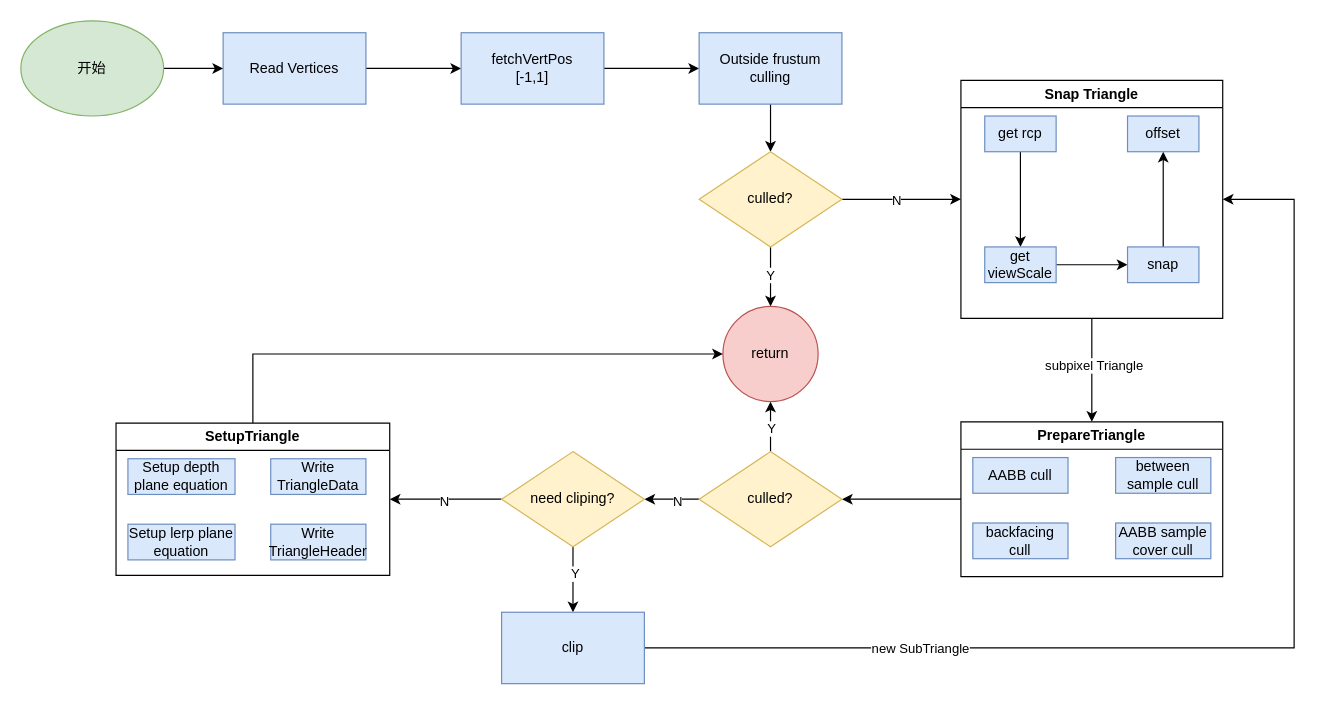
The draw.io diagram TriangleSetup.drawio in spaceboy202105/img, before the edit. Source tidied: cells renumbered, new cells numbered last; positions are measured from the earlier drawing's top-left corner, leaving out a move shared by most shapes. Both pictures are drawn from the tidied source at 119%, with x=0, y=0 at pixel (20, 20).
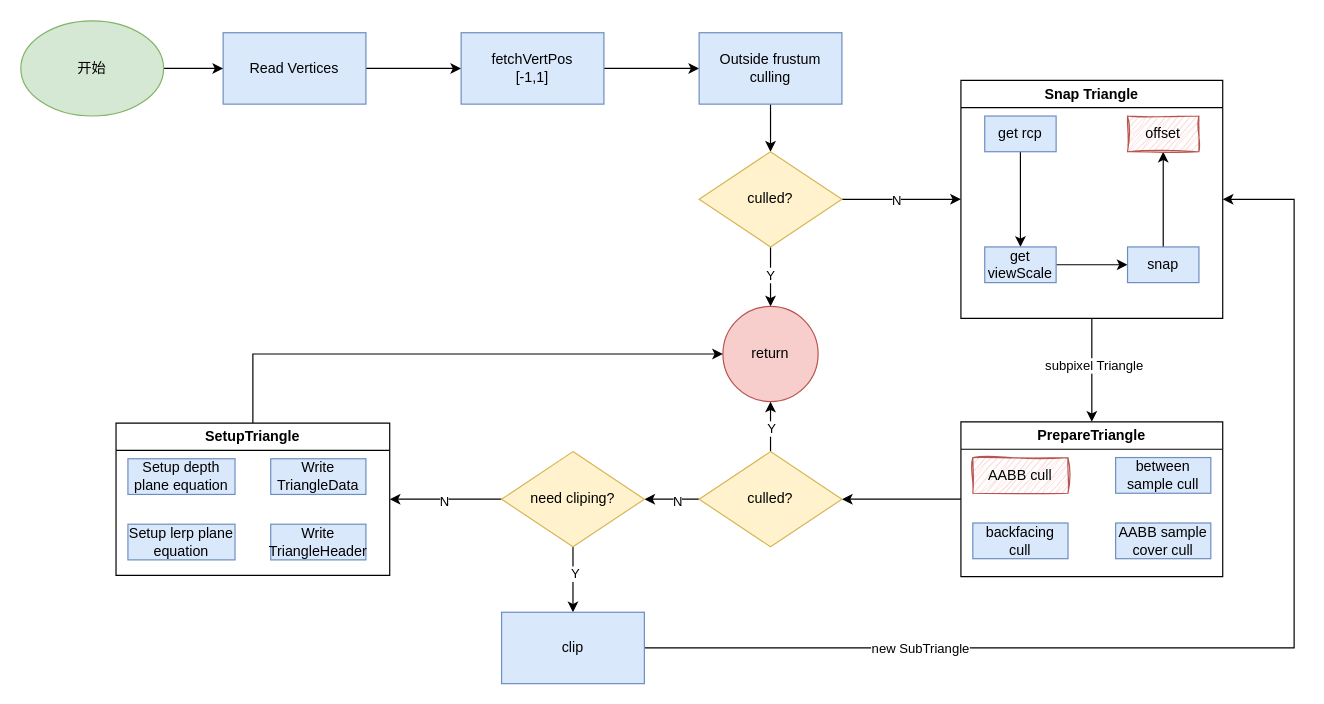
After the change.

Unchanged cells that the change refers to:
```xml
<mxCell id="18" value="Snap Triangle" style="swimlane;whiteSpace=wrap;html=1;" parent="1" vertex="1">
  <mxGeometry x="790" y="50" width="220" height="200" as="geometry" />
</mxCell>
<mxCell id="27" value="PrepareTriangle" style="swimlane;whiteSpace=wrap;html=1;" parent="1" vertex="1">
  <mxGeometry x="790" y="337" width="220" height="130" as="geometry" />
</mxCell>
```

What changed in the source:
```diff
@@
-    <mxCell id="25" value="offset" style="whiteSpace=wrap;html=1;fillColor=#dae8fc;strokeColor=#6c8ebf;" parent="18" vertex="1">
+    <mxCell id="25" value="offset" style="whiteSpace=wrap;html=1;fillColor=#f8cecc;strokeColor=#b85450;sketch=1;curveFitting=1;jiggle=2;" parent="18" vertex="1">
       <mxGeometry x="140" y="30" width="60" height="30" as="geometry" />
     </mxCell>
@@
-    <mxCell id="28" value="AABB cull" style="whiteSpace=wrap;html=1;fillColor=#dae8fc;strokeColor=#6c8ebf;" parent="27" vertex="1">
+    <mxCell id="28" value="AABB cull" style="whiteSpace=wrap;html=1;fillColor=#f8cecc;strokeColor=#b85450;sketch=1;curveFitting=1;jiggle=2;" parent="27" vertex="1">
       <mxGeometry x="10" y="30" width="80" height="30" as="geometry" />
     </mxCell>
```
